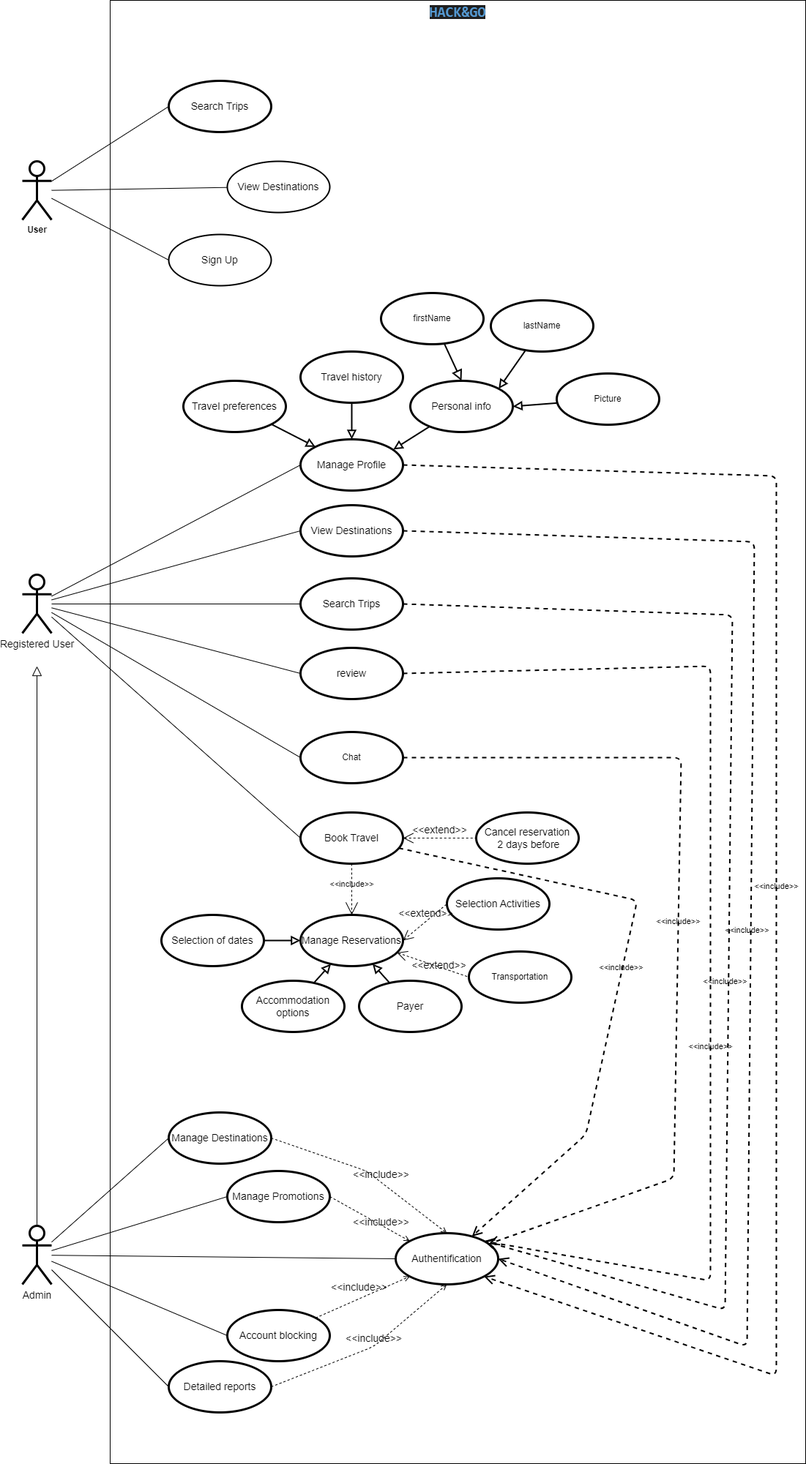
The draw.io diagram Diagram/use_case_Diagram/Use_case.png in Ibrahim-Lmlilas/HACK-GO, before a commit. Source tidied: cells renumbered, new cells last; positions are measured from the earlier drawing's top-left corner, leaving out a move shared by most shapes.
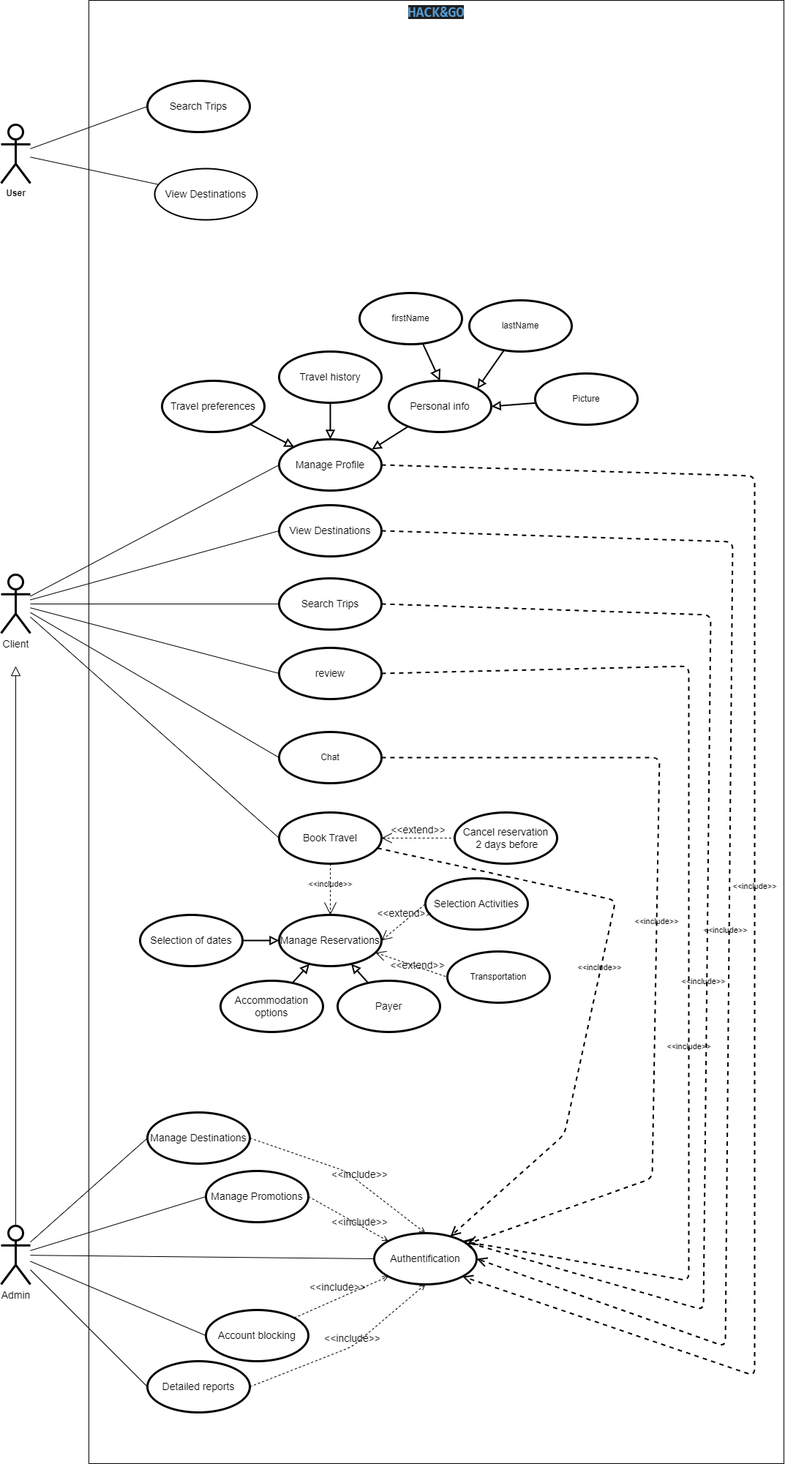
After the commit.

Diff of the diagram source:
```diff
@@ -11,21 +11,15 @@
     <mxCell id="4" style="edgeStyle=none;html=1;fontSize=14;endArrow=none;endFill=0;" parent="1" edge="1" source="6" target="8">
       <mxGeometry relative="1" as="geometry" />
     </mxCell>
-    <mxCell id="5" style="edgeStyle=none;html=1;entryX=0;entryY=0.5;entryDx=0;entryDy=0;fontSize=14;endArrow=none;endFill=0;" parent="1" edge="1" source="6" target="9">
-      <mxGeometry relative="1" as="geometry" />
-    </mxCell>
     <mxCell id="6" value="&lt;b&gt;User&lt;/b&gt;" style="shape=umlActor;html=1;verticalLabelPosition=bottom;verticalAlign=top;align=center;strokeWidth=3;" parent="1" vertex="1">
-      <mxGeometry y="220" width="40" height="80" as="geometry" />
+      <mxGeometry y="170" width="40" height="80" as="geometry" />
     </mxCell>
     <mxCell id="7" value="&lt;font style=&quot;font-size: 14px;&quot;&gt;Search Trips&lt;/font&gt;" style="ellipse;whiteSpace=wrap;html=1;strokeWidth=3;" parent="1" vertex="1">
       <mxGeometry x="200" y="110" width="140" height="70" as="geometry" />
     </mxCell>
     <mxCell id="8" value="&lt;font style=&quot;font-size: 14px;&quot;&gt;View Destinations&lt;/font&gt;" style="ellipse;whiteSpace=wrap;html=1;strokeWidth=2;fontSize=17;" parent="1" vertex="1">
-      <mxGeometry x="280" y="220" width="140" height="70" as="geometry" />
+      <mxGeometry x="210" y="230" width="140" height="70" as="geometry" />
     </mxCell>
-    <mxCell id="9" value="Sign Up&lt;br&gt;" style="ellipse;whiteSpace=wrap;html=1;strokeWidth=2;fontSize=14;" parent="1" vertex="1">
-      <mxGeometry x="200" y="320" width="140" height="70" as="geometry" />
-    </mxCell>
     <mxCell id="10" style="edgeStyle=none;html=1;entryX=0;entryY=0.5;entryDx=0;entryDy=0;fontSize=14;endArrow=none;endFill=0;" parent="1" edge="1" source="16" target="17">
       <mxGeometry relative="1" as="geometry" />
     </mxCell>
@@ -102,7 +96,7 @@
     <mxCell id="31" style="edgeStyle=none;html=1;entryX=0;entryY=0.5;entryDx=0;entryDy=0;endArrow=none;endFill=0;" parent="1" edge="1" source="32" target="56">
       <mxGeometry relative="1" as="geometry" />
     </mxCell>
-    <mxCell id="32" value="Registered User" style="shape=umlActor;html=1;verticalLabelPosition=bottom;verticalAlign=top;align=center;strokeWidth=3;fontSize=14;" parent="1" vertex="1">
+    <mxCell id="32" value="Client" style="shape=umlActor;html=1;verticalLabelPosition=bottom;verticalAlign=top;align=center;strokeWidth=3;fontSize=14;" parent="1" vertex="1">
       <mxGeometry y="785" width="40" height="80" as="geometry" />
     </mxCell>
     <mxCell id="33" value="Manage Profile" style="ellipse;whiteSpace=wrap;html=1;strokeWidth=3;fontSize=14;" parent="1" vertex="1">
```
